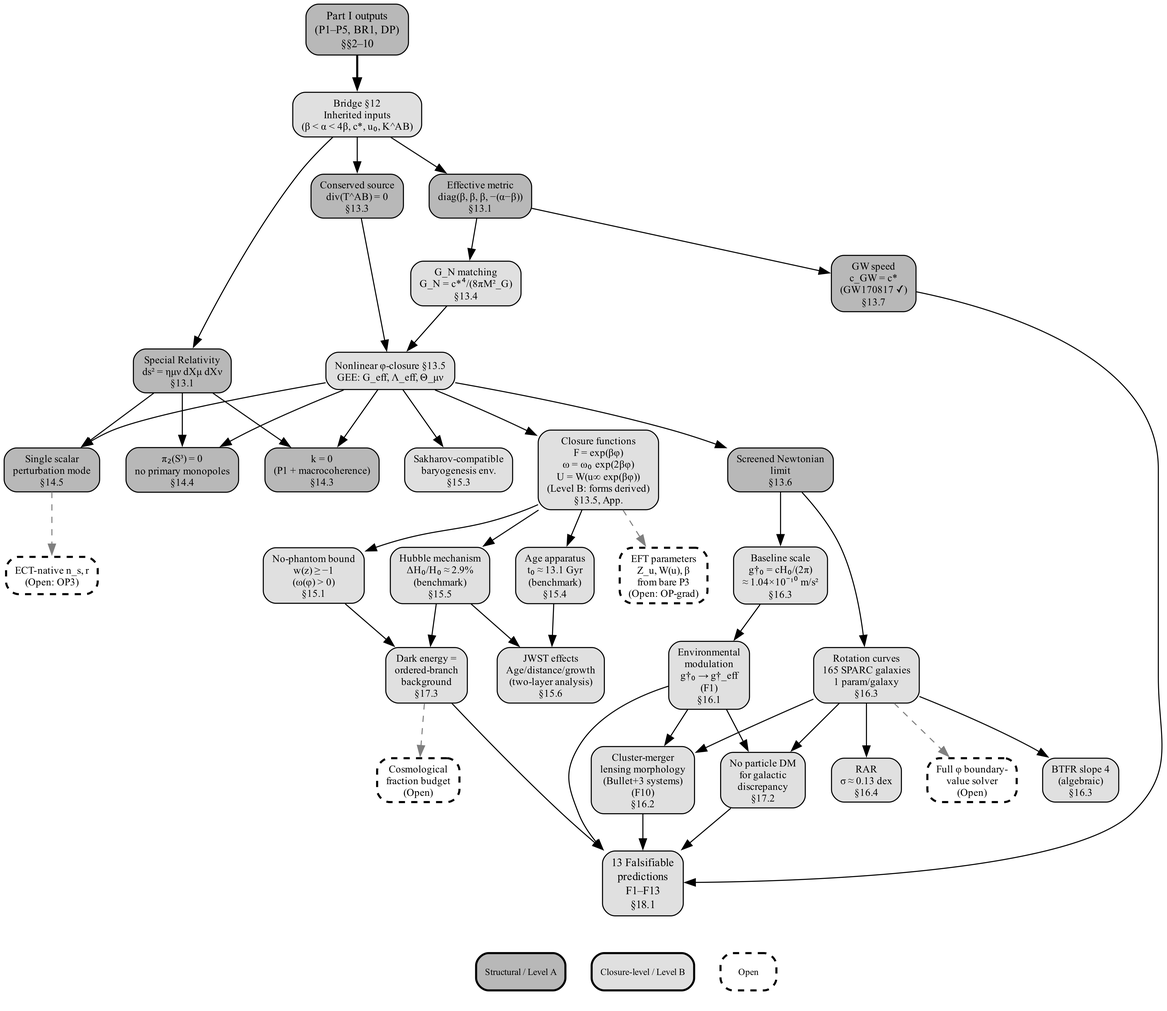
Before: figures/fig_partII_derivation_logic.png, a diagram exported from Graphviz (chufelo/ECT-preprint-code). Its source is kept beside it as fig_partII_derivation_logic.gv. Its diagram source:
```dot
digraph PartII {
  rankdir=TB;
  fontname="Times-Roman";
  node [fontname="Times-Roman", fontsize=10, shape=box, style="rounded,filled", margin="0.12,0.06"];
  edge [fontname="Times-Roman", fontsize=8];
  splines=true;
  nodesep=0.35;
  ranksep=0.50;
  newrank=true;

  node [fillcolor="#b8b8b8"];
  partI [label="Part I outputs\n(P1–P5, BR1, DP)\n§§2–10", fontsize=11];
  sr [label="Special Relativity\nds² = ημν dXμ dXν\n§13.1"];
  metric [label="Effective metric\ndiag(β, β, β, −(α−β))\n§13.1"];
  source [label="Conserved source\ndiv(T^AB) = 0\n§13.3"];
  cgw [label="GW speed\nc_GW = c*\n(GW170817 ✓)\n§13.7"];
  weakfield [label="Screened Newtonian\nlimit\n§13.6"];
  flatness [label="k = 0\n(P1 + macrocoherence)\n§14.3"];
  monopole [label="π₂(S³) = 0\nno primary monopoles\n§14.4"];
  scalar_mode [label="Single scalar\nperturbation mode\n§14.5"];

  node [fillcolor="#e0e0e0"];
  bridge [label="Bridge §12\nInherited inputs\n(β < α < 4β, c*, u₀, K^AB)"];
  GN [label="G_N matching\nG_N = c*⁴/(8πM²_G)\n§13.4"];
  closure [label="Nonlinear φ-closure §13.5\nGEE: G_eff, Λ_eff, Θ_μν"];
  closure_funcs [label="Closure functions\nF = exp(βφ)\nω = ω₀ exp(2βφ)\nU = W(u∞ exp(βφ))\n(Level B: forms derived)\n§13.5, App."];
  nophantom [label="No-phantom bound\nw(z) ≥ −1\n(ω(φ) > 0)\n§15.1"];
  hubble [label="Hubble mechanism\nΔH₀/H₀ ≈ 2.9%\n(benchmark)\n§15.5"];
  jwst [label="JWST effects\nAge/distance/growth\n(two-layer analysis)\n§15.6"];
  age [label="Age apparatus\nt₀ ≈ 13.1 Gyr\n(benchmark)\n§15.4"];
  baryogenesis [label="Sakharov-compatible\nbaryogenesis env.\n§15.3"];
  rotcurves [label="Rotation curves\n165 SPARC galaxies\n1 param/galaxy\n§16.3"];
  btfr [label="BTFR slope 4\n(algebraic)\n§16.3"];
  rar [label="RAR\nσ ≈ 0.13 dex\n§16.4"];
  gdagger [label="Baseline scale\ng†₀ = cH₀/(2π)\n≈ 1.04×10⁻¹⁰ m/s²\n§16.3"];
  envmod [label="Environmental\nmodulation\ng†₀ → g†_eff\n(F1)\n§16.1"];
  cluster [label="Cluster-merger\nlensing morphology\n(Bullet+3 systems)\n(F10)\n§16.2"];
  darkDM [label="No particle DM\nfor galactic\ndiscrepancy\n§17.2"];
  darkDE [label="Dark energy =\nordered-branch\nbackground\n§17.3"];
  tests [label="13 Falsifiable\npredictions\nF1–F13\n§18.1", fontsize=11];

  node [fillcolor="white", style="rounded,dashed", penwidth=2];
  open_eft [label="EFT parameters\nZ_u, W(u), β\nfrom bare P3\n(Open: OP-grad)"];
  open_ns [label="ECT-native n_s, r\n(Open: OP3)"];
  open_fractions [label="Cosmological\nfraction budget\n(Open)"];
  open_phi_bvp [label="Full φ boundary-\nvalue solver\n(Open)"];

  partI -> bridge [style=bold, penwidth=2];
  bridge -> sr; bridge -> metric; bridge -> source;
  metric -> GN; metric -> cgw;
  {GN; source} -> closure;
  closure -> closure_funcs; closure -> weakfield;
  weakfield -> rotcurves;
  {sr; closure} -> flatness;
  {sr; closure} -> monopole;
  {sr; closure} -> scalar_mode;
  closure_funcs -> nophantom;
  closure_funcs -> hubble;
  closure_funcs -> age;
  {hubble; age} -> jwst;
  closure -> baryogenesis;
  rotcurves -> btfr; rotcurves -> rar;
  weakfield -> gdagger;
  gdagger -> envmod;
  {rotcurves; envmod} -> cluster;
  {rotcurves; envmod} -> darkDM;
  {nophantom; hubble} -> darkDE;
  {darkDM; darkDE; envmod; cluster; cgw} -> tests;
  closure_funcs -> open_eft [style=dashed, color=gray50];
  scalar_mode -> open_ns [style=dashed, color=gray50];
  darkDE -> open_fractions [style=dashed, color=gray50];
  rotcurves -> open_phi_bvp [style=dashed, color=gray50];

  subgraph cluster_legend {
    label=""; style=invis; rank=sink;
    leg_a [label="Structural / Level A", fillcolor="#b8b8b8", style="rounded,filled", fontsize=9];
    leg_b [label="Closure-level / Level B", fillcolor="#e0e0e0", style="rounded,filled", fontsize=9];
    leg_o [label="Open", fillcolor="white", style="rounded,dashed", fontsize=9, penwidth=2];
    leg_a -> leg_b -> leg_o [style=invis];
    {rank=same; leg_a; leg_b; leg_o}
  }
  tests -> leg_b [style=invis];
}
```
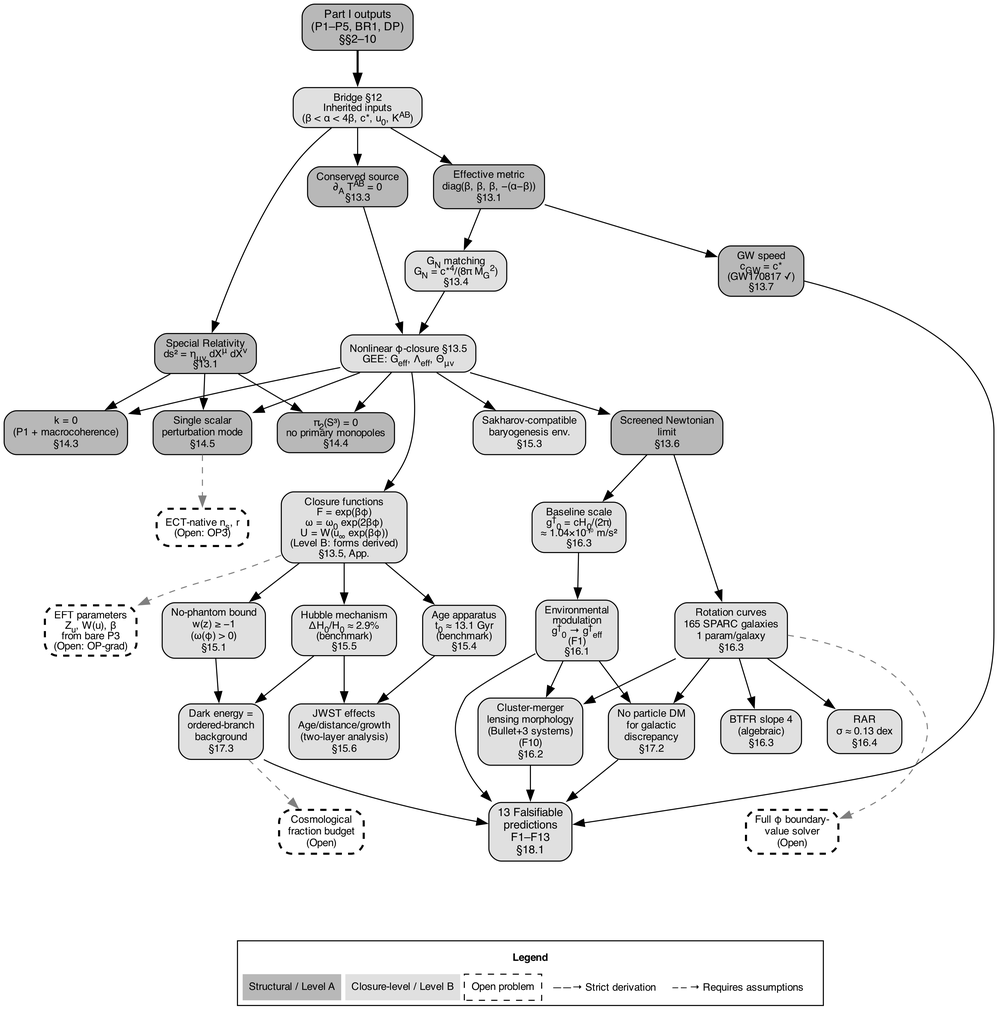
After the commit.

Commit message:
Both derivation logic figures: HTML labels for proper subscripts, legend at bottom

Change to the diagram source:
```diff
@@ -1,49 +1,49 @@
 digraph PartII {
   rankdir=TB;
-  fontname="Times-Roman";
-  node [fontname="Times-Roman", fontsize=10, shape=box, style="rounded,filled", margin="0.12,0.06"];
-  edge [fontname="Times-Roman", fontsize=8];
+  fontname="Helvetica";
+  node [fontname="Helvetica", fontsize=10, shape=box, style="rounded,filled", margin="0.12,0.06"];
+  edge [fontname="Helvetica", fontsize=8];
   splines=true;
   nodesep=0.35;
   ranksep=0.50;
   newrank=true;
 
   node [fillcolor="#b8b8b8"];
-  partI [label="Part I outputs\n(P1–P5, BR1, DP)\n§§2–10", fontsize=11];
-  sr [label="Special Relativity\nds² = ημν dXμ dXν\n§13.1"];
-  metric [label="Effective metric\ndiag(β, β, β, −(α−β))\n§13.1"];
-  source [label="Conserved source\ndiv(T^AB) = 0\n§13.3"];
-  cgw [label="GW speed\nc_GW = c*\n(GW170817 ✓)\n§13.7"];
-  weakfield [label="Screened Newtonian\nlimit\n§13.6"];
-  flatness [label="k = 0\n(P1 + macrocoherence)\n§14.3"];
-  monopole [label="π₂(S³) = 0\nno primary monopoles\n§14.4"];
-  scalar_mode [label="Single scalar\nperturbation mode\n§14.5"];
+  partI [label=<Part I outputs<BR/>(P1–P5, BR1, DP)<BR/>§§2–10>, fontsize=11];
+  sr [label=<Special Relativity<BR/>ds² = η<SUB>μν</SUB> dX<SUP>μ</SUP> dX<SUP>ν</SUP><BR/>§13.1>];
+  metric [label=<Effective metric<BR/>diag(β, β, β, −(α−β))<BR/>§13.1>];
+  source [label=<Conserved source<BR/>∂<SUB>A</SUB> T<SUP>AB</SUP> = 0<BR/>§13.3>];
+  cgw [label=<GW speed<BR/>c<SUB>GW</SUB> = c*<BR/>(GW170817 ✓)<BR/>§13.7>];
+  weakfield [label=<Screened Newtonian<BR/>limit<BR/>§13.6>];
+  flatness [label=<k = 0<BR/>(P1 + macrocoherence)<BR/>§14.3>];
+  monopole [label=<π<SUB>2</SUB>(S³) = 0<BR/>no primary monopoles<BR/>§14.4>];
+  scalar_mode [label=<Single scalar<BR/>perturbation mode<BR/>§14.5>];
 
   node [fillcolor="#e0e0e0"];
-  bridge [label="Bridge §12\nInherited inputs\n(β < α < 4β, c*, u₀, K^AB)"];
-  GN [label="G_N matching\nG_N = c*⁴/(8πM²_G)\n§13.4"];
-  closure [label="Nonlinear φ-closure §13.5\nGEE: G_eff, Λ_eff, Θ_μν"];
-  closure_funcs [label="Closure functions\nF = exp(βφ)\nω = ω₀ exp(2βφ)\nU = W(u∞ exp(βφ))\n(Level B: forms derived)\n§13.5, App."];
-  nophantom [label="No-phantom bound\nw(z) ≥ −1\n(ω(φ) > 0)\n§15.1"];
-  hubble [label="Hubble mechanism\nΔH₀/H₀ ≈ 2.9%\n(benchmark)\n§15.5"];
-  jwst [label="JWST effects\nAge/distance/growth\n(two-layer analysis)\n§15.6"];
-  age [label="Age apparatus\nt₀ ≈ 13.1 Gyr\n(benchmark)\n§15.4"];
-  baryogenesis [label="Sakharov-compatible\nbaryogenesis env.\n§15.3"];
-  rotcurves [label="Rotation curves\n165 SPARC galaxies\n1 param/galaxy\n§16.3"];
-  btfr [label="BTFR slope 4\n(algebraic)\n§16.3"];
-  rar [label="RAR\nσ ≈ 0.13 dex\n§16.4"];
-  gdagger [label="Baseline scale\ng†₀ = cH₀/(2π)\n≈ 1.04×10⁻¹⁰ m/s²\n§16.3"];
-  envmod [label="Environmental\nmodulation\ng†₀ → g†_eff\n(F1)\n§16.1"];
-  cluster [label="Cluster-merger\nlensing morphology\n(Bullet+3 systems)\n(F10)\n§16.2"];
-  darkDM [label="No particle DM\nfor galactic\ndiscrepancy\n§17.2"];
-  darkDE [label="Dark energy =\nordered-branch\nbackground\n§17.3"];
-  tests [label="13 Falsifiable\npredictions\nF1–F13\n§18.1", fontsize=11];
+  bridge [label=<Bridge §12<BR/>Inherited inputs<BR/>(β &lt; α &lt; 4β, c*, u<SUB>0</SUB>, K<SUP>AB</SUP>)>];
+  GN [label=<G<SUB>N</SUB> matching<BR/>G<SUB>N</SUB> = c*<SUP>4</SUP>/(8π M<SUB>G</SUB><SUP>2</SUP>)<BR/>§13.4>];
+  closure [label=<Nonlinear φ-closure §13.5<BR/>GEE: G<SUB>eff</SUB>, Λ<SUB>eff</SUB>, Θ<SUB>μν</SUB>>];
+  closure_funcs [label=<Closure functions<BR/>F = exp(βφ)<BR/>ω = ω<SUB>0</SUB> exp(2βφ)<BR/>U = W(u<SUB>∞</SUB> exp(βφ))<BR/>(Level B: forms derived)<BR/>§13.5, App.>];
+  nophantom [label=<No-phantom bound<BR/>w(z) ≥ −1<BR/>(ω(φ) &gt; 0)<BR/>§15.1>];
+  hubble [label=<Hubble mechanism<BR/>ΔH<SUB>0</SUB>/H<SUB>0</SUB> ≈ 2.9%<BR/>(benchmark)<BR/>§15.5>];
+  jwst [label=<JWST effects<BR/>Age/distance/growth<BR/>(two-layer analysis)<BR/>§15.6>];
+  age [label=<Age apparatus<BR/>t<SUB>0</SUB> ≈ 13.1 Gyr<BR/>(benchmark)<BR/>§15.4>];
+  baryogenesis [label=<Sakharov-compatible<BR/>baryogenesis env.<BR/>§15.3>];
+  rotcurves [label=<Rotation curves<BR/>165 SPARC galaxies<BR/>1 param/galaxy<BR/>§16.3>];
+  btfr [label=<BTFR slope 4<BR/>(algebraic)<BR/>§16.3>];
+  rar [label=<RAR<BR/>σ ≈ 0.13 dex<BR/>§16.4>];
+  gdagger [label=<Baseline scale<BR/>g<SUP>†</SUP><SUB>0</SUB> = cH<SUB>0</SUB>/(2π)<BR/>≈ 1.04×10⁻¹⁰ m/s²<BR/>§16.3>];
+  envmod [label=<Environmental<BR/>modulation<BR/>g<SUP>†</SUP><SUB>0</SUB> → g<SUP>†</SUP><SUB>eff</SUB><BR/>(F1)<BR/>§16.1>];
+  cluster [label=<Cluster-merger<BR/>lensing morphology<BR/>(Bullet+3 systems)<BR/>(F10)<BR/>§16.2>];
+  darkDM [label=<No particle DM<BR/>for galactic<BR/>discrepancy<BR/>§17.2>];
+  darkDE [label=<Dark energy =<BR/>ordered-branch<BR/>background<BR/>§17.3>];
+  tests [label=<13 Falsifiable<BR/>predictions<BR/>F1–F13<BR/>§18.1>, fontsize=11];
 
   node [fillcolor="white", style="rounded,dashed", penwidth=2];
-  open_eft [label="EFT parameters\nZ_u, W(u), β\nfrom bare P3\n(Open: OP-grad)"];
-  open_ns [label="ECT-native n_s, r\n(Open: OP3)"];
-  open_fractions [label="Cosmological\nfraction budget\n(Open)"];
-  open_phi_bvp [label="Full φ boundary-\nvalue solver\n(Open)"];
+  open_eft [label=<EFT parameters<BR/>Z<SUB>u</SUB>, W(u), β<BR/>from bare P3<BR/>(Open: OP-grad)>];
+  open_ns [label=<ECT-native n<SUB>s</SUB>, r<BR/>(Open: OP3)>];
+  open_fractions [label=<Cosmological<BR/>fraction budget<BR/>(Open)>];
+  open_phi_bvp [label=<Full φ boundary-<BR/>value solver<BR/>(Open)>];
 
   partI -> bridge [style=bold, penwidth=2];
   bridge -> sr; bridge -> metric; bridge -> source;
@@ -71,13 +71,24 @@
   darkDE -> open_fractions [style=dashed, color=gray50];
   rotcurves -> open_phi_bvp [style=dashed, color=gray50];
 
-  subgraph cluster_legend {
-    label=""; style=invis; rank=sink;
-    leg_a [label="Structural / Level A", fillcolor="#b8b8b8", style="rounded,filled", fontsize=9];
-    leg_b [label="Closure-level / Level B", fillcolor="#e0e0e0", style="rounded,filled", fontsize=9];
-    leg_o [label="Open", fillcolor="white", style="rounded,dashed", fontsize=9, penwidth=2];
-    leg_a -> leg_b -> leg_o [style=invis];
-    {rank=same; leg_a; leg_b; leg_o}
-  }
-  tests -> leg_b [style=invis];
+  node [shape=point, width=0, style=invis];
+  spacer1 [label=""];
+  tests -> spacer1 [style=invis];
+  open_fractions -> spacer1 [style=invis];
+  open_phi_bvp -> spacer1 [style=invis];
+
+  node [shape=plaintext, style="", fillcolor=white];
+  legend [label=<
+    <TABLE BORDER="1" CELLBORDER="0" CELLSPACING="4" CELLPADDING="6" COLOR="black">
+      <TR><TD COLSPAN="7"><B>Legend</B></TD></TR>
+      <TR>
+        <TD BGCOLOR="#b8b8b8">Structural / Level A</TD>
+        <TD BGCOLOR="#e0e0e0">Closure-level / Level B</TD>
+        <TD BORDER="1" STYLE="DASHED">Open problem</TD>
+        <TD>——→ Strict derivation</TD>
+        <TD>– – → Requires assumptions</TD>
+      </TR>
+    </TABLE>
+  >];
+  spacer1 -> legend [style=invis];
 }
```
